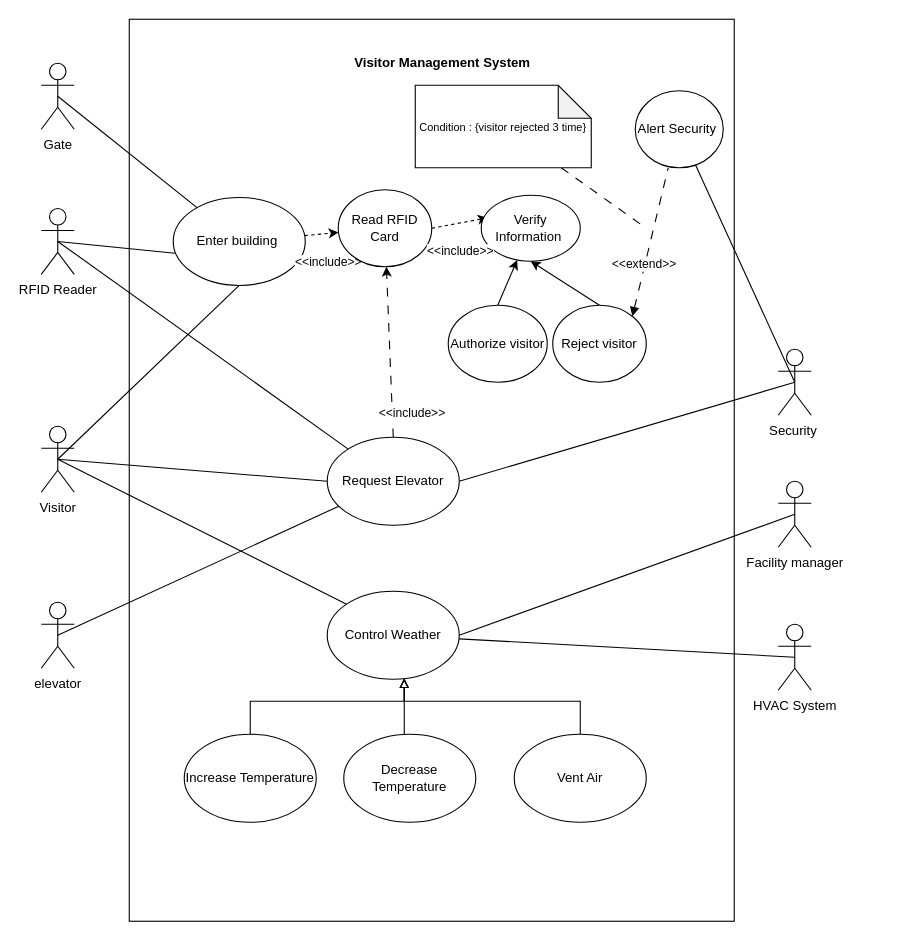
Munirah97/SWE555-PROJECT keeps this draw.io diagram as use_case_diagram.drawio.xml. Above is the earlier version. Source tidied: cells renumbered, new cells numbered last; positions are measured from the earlier drawing's top-left corner, leaving out a move shared by most shapes. Both pictures are drawn from the tidied source at 110%, with x=0, y=0 at pixel (41, 19).
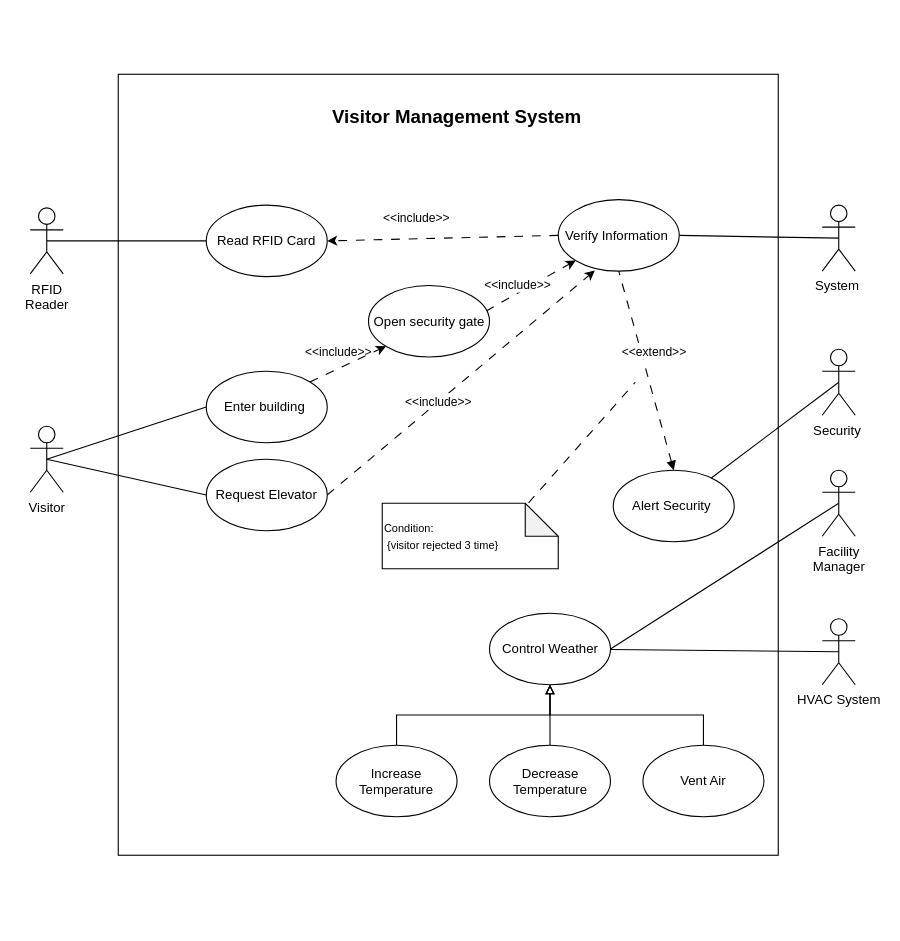
Above is the later version.

The edit, as a diff of the source:
```diff
@@
     <mxCell id="2" style="rounded=0;whiteSpace=wrap;html=1;" parent="1" vertex="1">
-      <mxGeometry x="80" width="550" height="820" as="geometry" />
+      <mxGeometry x="70" y="50" width="600" height="710" as="geometry" />
     </mxCell>
-    <mxCell id="3" style="rounded=0;jettySize=auto;html=1;exitX=0.5;exitY=0.5;exitDx=0;exitDy=0;exitPerimeter=0;endArrow=none;endFill=0;entryX=0.5;entryY=1;entryDx=0;entryDy=0;" parent="1" edge="1" source="6" target="22">
+    <mxCell id="3" style="rounded=0;jettySize=auto;html=1;exitX=0.5;exitY=0.5;exitDx=0;exitDy=0;exitPerimeter=0;endArrow=none;endFill=0;entryX=0;entryY=0.5;entryDx=0;entryDy=0;" parent="1" edge="1" source="6" target="22">
       <mxGeometry relative="1" as="geometry" />
     </mxCell>
@@
-    <mxCell id="5" style="rounded=0;jettySize=auto;html=1;entryX=0;entryY=0;entryDx=0;entryDy=0;exitX=0.5;exitY=0.5;exitDx=0;exitDy=0;exitPerimeter=0;endArrow=none;endFill=0;" parent="1" edge="1" source="6" target="26">
-      <mxGeometry relative="1" as="geometry" />
-    </mxCell>
     <mxCell id="6" value="Visitor" style="shape=umlActor;verticalLabelPosition=bottom;verticalAlign=top;html=1;outlineConnect=0;" parent="1" vertex="1">
-      <mxGeometry y="370" width="30" height="60" as="geometry" />
+      <mxGeometry x="-10" y="370" width="30" height="60" as="geometry" />
     </mxCell>
-    <mxCell id="7" style="rounded=0;jettySize=auto;html=1;exitX=0.5;exitY=0.5;exitDx=0;exitDy=0;exitPerimeter=0;endArrow=none;endFill=0;entryX=0.052;entryY=0.64;entryDx=0;entryDy=0;entryPerimeter=0;" parent="1" edge="1" source="9" target="22">
-      <mxGeometry relative="1" as="geometry" />
-    </mxCell>
-    <mxCell id="8" style="rounded=0;jettySize=auto;html=1;exitX=0.5;exitY=0.5;exitDx=0;exitDy=0;exitPerimeter=0;endArrow=none;endFill=0;" parent="1" edge="1" source="9" target="25">
-      <mxGeometry relative="1" as="geometry" />
-    </mxCell>
+    <mxCell id="48" style="rounded=0;jettySize=auto;html=1;exitX=0.5;exitY=0.5;exitDx=0;exitDy=0;exitPerimeter=0;endArrow=none;endFill=0;entryX=0;entryY=0.5;entryDx=0;entryDy=0;" parent="1" edge="1" source="9" target="28">
+      <mxGeometry relative="1" as="geometry" />
+    </mxCell>
-    <mxCell id="9" value="RFID Reader" style="shape=umlActor;verticalLabelPosition=bottom;verticalAlign=top;html=1;outlineConnect=0;" parent="1" vertex="1">
-      <mxGeometry y="172" width="30" height="60" as="geometry" />
+    <mxCell id="9" value="RFID &lt;br&gt;Reader" style="shape=umlActor;verticalLabelPosition=bottom;verticalAlign=top;html=1;outlineConnect=0;" parent="1" vertex="1">
+      <mxGeometry x="-10" y="171.5" width="30" height="60" as="geometry" />
     </mxCell>
-    <mxCell id="10" style="rounded=0;jettySize=auto;html=1;exitX=0.5;exitY=0.5;exitDx=0;exitDy=0;exitPerimeter=0;endArrow=none;endFill=0;" parent="1" edge="1" source="11" target="22">
-      <mxGeometry relative="1" as="geometry" />
-    </mxCell>
-    <mxCell id="11" value="Gate" style="shape=umlActor;verticalLabelPosition=bottom;verticalAlign=top;html=1;outlineConnect=0;" parent="1" vertex="1">
-      <mxGeometry y="40" width="30" height="60" as="geometry" />
-    </mxCell>
-    <mxCell id="12" style="rounded=0;jettySize=auto;html=1;endArrow=none;endFill=0;exitX=0.5;exitY=0.5;exitDx=0;exitDy=0;exitPerimeter=0;" parent="1" edge="1" source="13" target="25">
-      <mxGeometry relative="1" as="geometry" />
-    </mxCell>
-    <mxCell id="13" value="elevator" style="shape=umlActor;verticalLabelPosition=bottom;verticalAlign=top;html=1;outlineConnect=0;" parent="1" vertex="1">
-      <mxGeometry y="530" width="30" height="60" as="geometry" />
-    </mxCell>
@@
-    <mxCell id="15" style="rounded=0;jettySize=auto;html=1;exitX=0.5;exitY=0.5;exitDx=0;exitDy=0;exitPerimeter=0;entryX=1;entryY=0.5;entryDx=0;entryDy=0;endArrow=none;endFill=0;" parent="1" edge="1" source="16" target="25">
-      <mxGeometry relative="1" as="geometry" />
-    </mxCell>
     <mxCell id="16" value="Security&amp;nbsp;" style="shape=umlActor;verticalLabelPosition=bottom;verticalAlign=top;html=1;outlineConnect=0;" parent="1" vertex="1">
-      <mxGeometry x="670" y="300" width="30" height="60" as="geometry" />
+      <mxGeometry x="710" y="300" width="30" height="60" as="geometry" />
     </mxCell>
@@
-    <mxCell id="18" value="Facility manager" style="shape=umlActor;verticalLabelPosition=bottom;verticalAlign=top;html=1;outlineConnect=0;" parent="1" vertex="1">
-      <mxGeometry x="670" y="420" width="30" height="60" as="geometry" />
+    <mxCell id="18" value="Facility &lt;br&gt;Manager" style="shape=umlActor;verticalLabelPosition=bottom;verticalAlign=top;html=1;outlineConnect=0;" parent="1" vertex="1">
+      <mxGeometry x="710" y="410" width="30" height="60" as="geometry" />
     </mxCell>
@@
     <mxCell id="20" value="HVAC System" style="shape=umlActor;verticalLabelPosition=bottom;verticalAlign=top;html=1;outlineConnect=0;" parent="1" vertex="1">
-      <mxGeometry x="670" y="550" width="30" height="60" as="geometry" />
+      <mxGeometry x="710" y="545" width="30" height="60" as="geometry" />
     </mxCell>
-    <mxCell id="21" style="rounded=0;jettySize=auto;html=1;dashed=1;" parent="1" edge="1" source="22" target="28">
+    <mxCell id="21" style="rounded=0;jettySize=auto;html=1;dashed=1;entryX=0;entryY=1;entryDx=0;entryDy=0;dashPattern=8 8;exitX=0.972;exitY=0.357;exitDx=0;exitDy=0;exitPerimeter=0;" parent="1" edge="1" source="52" target="29">
       <mxGeometry relative="1" as="geometry" />
     </mxCell>
     <mxCell id="22" value="Enter building&amp;nbsp;" style="ellipse;whiteSpace=wrap;html=1;" parent="1" vertex="1">
-      <mxGeometry x="120" y="162" width="120" height="80" as="geometry" />
+      <mxGeometry x="150" y="320" width="110" height="65" as="geometry" />
     </mxCell>
-    <mxCell id="23" style="rounded=0;jettySize=auto;html=1;exitX=0.5;exitY=0;exitDx=0;exitDy=0;dashed=1;dashPattern=8 8;" parent="1" edge="1" source="25" target="28">
+    <mxCell id="23" style="rounded=0;jettySize=auto;html=1;exitX=1;exitY=0.5;exitDx=0;exitDy=0;dashed=1;dashPattern=8 8;entryX=0.302;entryY=0.991;entryDx=0;entryDy=0;entryPerimeter=0;" parent="1" edge="1" source="25" target="29">
       <mxGeometry relative="1" as="geometry" />
     </mxCell>
     <mxCell id="24" value="&amp;lt;&amp;lt;include&amp;gt;&amp;gt;" style="edgeLabel;html=1;align=center;verticalAlign=middle;" parent="23" vertex="1">
       <mxGeometry x="-0.46" y="2" relative="1" as="geometry">
-        <mxPoint x="-56" y="-118" as="offset" />
+        <mxPoint x="36" y="-28" as="offset" />
       </mxGeometry>
     </mxCell>
     <mxCell id="25" value="Request Elevator" style="ellipse;whiteSpace=wrap;html=1;" parent="1" vertex="1">
-      <mxGeometry x="260" y="380" width="120" height="80" as="geometry" />
+      <mxGeometry x="150" y="400" width="110" height="65" as="geometry" />
     </mxCell>
     <mxCell id="26" value="Control Weather" style="ellipse;whiteSpace=wrap;html=1;" parent="1" vertex="1">
-      <mxGeometry x="260" y="520" width="120" height="80" as="geometry" />
+      <mxGeometry x="407.5" y="540" width="110" height="65" as="geometry" />
     </mxCell>
-    <mxCell id="27" style="rounded=0;jettySize=auto;html=1;exitX=1;exitY=0.5;exitDx=0;exitDy=0;entryX=0.065;entryY=0.342;entryDx=0;entryDy=0;entryPerimeter=0;dashed=1;" parent="1" edge="1" source="28" target="29">
+    <mxCell id="27" style="rounded=0;jettySize=auto;html=1;exitX=0;exitY=0.5;exitDx=0;exitDy=0;entryX=1;entryY=0.5;entryDx=0;entryDy=0;dashed=1;dashPattern=8 8;" parent="1" edge="1" source="29" target="28">
       <mxGeometry relative="1" as="geometry" />
     </mxCell>
     <mxCell id="28" value="Read RFID Card" style="ellipse;whiteSpace=wrap;html=1;" parent="1" vertex="1">
-      <mxGeometry x="270" y="155" width="85" height="70" as="geometry" />
+      <mxGeometry x="150" y="169" width="110" height="65" as="geometry" />
     </mxCell>
+    <mxCell id="49" style="rounded=0;jettySize=auto;html=1;exitX=1;exitY=0.5;exitDx=0;exitDy=0;entryX=0.5;entryY=0.5;entryDx=0;entryDy=0;entryPerimeter=0;endArrow=none;endFill=0;" parent="1" edge="1" source="29" target="50">
+      <mxGeometry relative="1" as="geometry" />
+    </mxCell>
     <mxCell id="29" value="Verify Information&amp;nbsp;" style="ellipse;whiteSpace=wrap;html=1;" parent="1" vertex="1">
-      <mxGeometry x="400" y="160" width="90" height="60" as="geometry" />
+      <mxGeometry x="470" y="164" width="110" height="65" as="geometry" />
     </mxCell>
-    <mxCell id="30" style="rounded=0;jettySize=auto;html=1;exitX=0.5;exitY=0;exitDx=0;exitDy=0;" parent="1" edge="1" source="31" target="29">
-      <mxGeometry relative="1" as="geometry" />
-    </mxCell>
-    <mxCell id="31" value="Authorize visitor" style="ellipse;whiteSpace=wrap;html=1;" parent="1" vertex="1">
-      <mxGeometry x="370" y="260" width="90" height="70" as="geometry" />
-    </mxCell>
-    <mxCell id="32" style="rounded=0;jettySize=auto;html=1;entryX=0.5;entryY=1;entryDx=0;entryDy=0;exitX=0.5;exitY=0;exitDx=0;exitDy=0;" parent="1" edge="1" source="35" target="29">
-      <mxGeometry relative="1" as="geometry" />
-    </mxCell>
-    <mxCell id="33" style="rounded=0;jettySize=auto;html=1;exitX=1;exitY=0;exitDx=0;exitDy=0;entryX=0.375;entryY=1;entryDx=0;entryDy=0;entryPerimeter=0;endArrow=none;endFill=0;startArrow=block;startFill=1;dashed=1;dashPattern=8 8;" parent="1" edge="1" source="35" target="36">
+    <mxCell id="33" style="rounded=0;jettySize=auto;html=1;exitX=0.5;exitY=0;exitDx=0;exitDy=0;entryX=0.5;entryY=1;entryDx=0;entryDy=0;endArrow=none;endFill=0;startArrow=block;startFill=1;dashed=1;dashPattern=8 8;" parent="1" edge="1" source="36" target="29">
       <mxGeometry relative="1" as="geometry" />
     </mxCell>
     <mxCell id="34" value="&amp;lt;&amp;lt;extend&amp;gt;&amp;gt;" style="edgeLabel;html=1;align=center;verticalAlign=middle;" parent="33" vertex="1">
-      <mxGeometry x="-0.29" y="1" relative="1" as="geometry" />
+      <mxGeometry x="-0.29" y="1" relative="1" as="geometry">
+        <mxPoint y="-43" as="offset" />
+      </mxGeometry>
     </mxCell>
-    <mxCell id="35" value="Reject visitor" style="ellipse;whiteSpace=wrap;html=1;" parent="1" vertex="1">
-      <mxGeometry x="465" y="260" width="85" height="70" as="geometry" />
-    </mxCell>
     <mxCell id="36" value="Alert Security&amp;nbsp;" style="ellipse;whiteSpace=wrap;html=1;" parent="1" vertex="1">
-      <mxGeometry x="540" y="65" width="80" height="70" as="geometry" />
+      <mxGeometry x="520" y="410" width="110" height="65" as="geometry" />
     </mxCell>
-    <mxCell id="37" style="rounded=0;jettySize=auto;html=1;dashed=1;endArrow=none;endFill=0;dashPattern=8 8;" parent="1" edge="1" source="38">
+    <mxCell id="37" style="rounded=0;jettySize=auto;html=1;dashed=1;endArrow=none;endFill=0;dashPattern=8 8;exitX=0.5;exitY=1;exitDx=0;exitDy=0;exitPerimeter=0;" parent="1" edge="1" source="38">
       <mxGeometry relative="1" as="geometry">
-        <mxPoint x="550" y="190" as="targetPoint" />
+        <mxPoint x="540" y="330" as="targetPoint" />
       </mxGeometry>
     </mxCell>
-    <mxCell id="38" value="&lt;font style=&quot;font-size: 10px;&quot;&gt;Condition : {visitor rejected 3 time}&lt;/font&gt;" style="shape=note;whiteSpace=wrap;html=1;backgroundOutline=1;darkOpacity=0.05;" parent="1" vertex="1">
-      <mxGeometry x="340" y="60" width="160" height="75" as="geometry" />
+    <mxCell id="38" value="&lt;font style=&quot;font-size: 10px;&quot;&gt;Condition:&lt;br&gt;&amp;nbsp;{visitor rejected 3 time}&lt;/font&gt;" style="shape=note;whiteSpace=wrap;html=1;backgroundOutline=1;darkOpacity=0.05;align=left;" parent="1" vertex="1">
+      <mxGeometry x="310" y="440" width="160" height="59.5" as="geometry" />
     </mxCell>
-    <mxCell id="39" style="rounded=0;jettySize=auto;html=1;edgeStyle=orthogonalEdgeStyle;endArrow=block;endFill=0;" parent="1" edge="1" source="40" target="26">
-      <mxGeometry relative="1" as="geometry">
-        <Array as="points">
-          <mxPoint x="190" y="620" />
-          <mxPoint x="330" y="620" />
-        </Array>
-      </mxGeometry>
+    <mxCell id="39" style="edgeStyle=orthogonalEdgeStyle;rounded=0;jettySize=auto;html=1;exitX=0.5;exitY=0;exitDx=0;exitDy=0;entryX=0.5;entryY=1;entryDx=0;entryDy=0;endArrow=block;endFill=0;" parent="1" edge="1" source="40" target="26">
+      <mxGeometry relative="1" as="geometry" />
     </mxCell>
     <mxCell id="40" value="Increase Temperature" style="ellipse;whiteSpace=wrap;html=1;" parent="1" vertex="1">
-      <mxGeometry x="130" y="650" width="120" height="80" as="geometry" />
+      <mxGeometry x="268" y="660" width="110" height="65" as="geometry" />
     </mxCell>
-    <mxCell id="41" style="edgeStyle=orthogonalEdgeStyle;rounded=0;jettySize=auto;html=1;endArrow=block;endFill=0;" parent="1" edge="1" source="42" target="26">
-      <mxGeometry relative="1" as="geometry">
-        <Array as="points">
-          <mxPoint x="330" y="630" />
-          <mxPoint x="330" y="630" />
-        </Array>
-      </mxGeometry>
+    <mxCell id="41" style="edgeStyle=orthogonalEdgeStyle;rounded=0;jettySize=auto;html=1;endArrow=block;endFill=0;entryX=0.5;entryY=1;entryDx=0;entryDy=0;exitX=0.5;exitY=0;exitDx=0;exitDy=0;" parent="1" edge="1" source="42" target="26">
+      <mxGeometry relative="1" as="geometry" />
     </mxCell>
     <mxCell id="42" value="Decrease Temperature" style="ellipse;whiteSpace=wrap;html=1;" parent="1" vertex="1">
-      <mxGeometry x="275" y="650" width="120" height="80" as="geometry" />
+      <mxGeometry x="407.5" y="660" width="110" height="65" as="geometry" />
     </mxCell>
-    <mxCell id="43" style="rounded=0;jettySize=auto;html=1;entryX=0.481;entryY=1.079;entryDx=0;entryDy=0;entryPerimeter=0;edgeStyle=orthogonalEdgeStyle;exitX=0.5;exitY=0;exitDx=0;exitDy=0;endArrow=block;endFill=0;" parent="1" edge="1" source="44">
-      <mxGeometry relative="1" as="geometry">
-        <mxPoint x="329.7" y="599.3" as="targetPoint" />
-        <Array as="points">
-          <mxPoint x="490" y="620" />
-          <mxPoint x="330" y="620" />
-          <mxPoint x="330" y="610" />
-          <mxPoint x="330" y="610" />
-        </Array>
-      </mxGeometry>
+    <mxCell id="43" style="rounded=0;jettySize=auto;html=1;edgeStyle=orthogonalEdgeStyle;exitX=0.5;exitY=0;exitDx=0;exitDy=0;endArrow=block;endFill=0;entryX=0.5;entryY=1;entryDx=0;entryDy=0;" parent="1" edge="1" source="44" target="26">
+      <mxGeometry relative="1" as="geometry" />
     </mxCell>
     <mxCell id="44" value="Vent Air" style="ellipse;whiteSpace=wrap;html=1;" parent="1" vertex="1">
-      <mxGeometry x="430" y="650" width="120" height="80" as="geometry" />
+      <mxGeometry x="547" y="660" width="110" height="65" as="geometry" />
     </mxCell>
-    <mxCell id="45" value="&lt;b&gt;Visitor Management System&lt;/b&gt;" style="text;html=1;strokeColor=none;fillColor=none;align=center;verticalAlign=middle;whiteSpace=wrap;rounded=0;" parent="1" vertex="1">
-      <mxGeometry x="265" y="30" width="200" height="20" as="geometry" />
+    <mxCell id="45" value="&lt;b style=&quot;font-size: 17px;&quot;&gt;Visitor Management System&lt;/b&gt;" style="text;html=1;strokeColor=none;fillColor=none;align=center;verticalAlign=middle;whiteSpace=wrap;rounded=0;strokeWidth=1;fontSize=17;" parent="1" vertex="1">
+      <mxGeometry x="256.2" y="80" width="243.8" height="20" as="geometry" />
     </mxCell>
     <mxCell id="46" value="&amp;lt;&amp;lt;include&amp;gt;&amp;gt;" style="edgeLabel;html=1;align=center;verticalAlign=middle;" parent="1" vertex="1">
-      <mxGeometry x="380" y="210" as="geometry" />
+      <mxGeometry x="340" y="180" as="geometry" />
     </mxCell>
+    <mxCell id="50" value="System&amp;nbsp;" style="shape=umlActor;verticalLabelPosition=bottom;verticalAlign=top;html=1;outlineConnect=0;" parent="1" vertex="1">
+      <mxGeometry x="710" y="169" width="30" height="60" as="geometry" />
+    </mxCell>
+    <mxCell id="51" value="&#10;&lt;span style=&quot;color: rgb(0, 0, 0); font-family: Helvetica; font-size: 11px; font-style: normal; font-variant-ligatures: normal; font-variant-caps: normal; font-weight: 400; letter-spacing: normal; orphans: 2; text-align: center; text-indent: 0px; text-transform: none; widows: 2; word-spacing: 0px; -webkit-text-stroke-width: 0px; text-decoration-thickness: initial; text-decoration-style: initial; text-decoration-color: initial; float: none; display: inline !important;&quot;&gt;&amp;lt;&amp;lt;include&amp;gt;&amp;gt;&lt;/span&gt;&#10;&#10;" style="rounded=0;jettySize=auto;html=1;dashed=1;entryX=0;entryY=1;entryDx=0;entryDy=0;dashPattern=8 8;exitX=1;exitY=0;exitDx=0;exitDy=0;labelBackgroundColor=none;" parent="1" edge="1" source="22" target="52">
+      <mxGeometry x="-0.17" y="7" relative="1" as="geometry" />
+    </mxCell>
+    <mxCell id="52" value="Open security gate" style="ellipse;whiteSpace=wrap;html=1;" parent="1" vertex="1">
+      <mxGeometry x="297.5" y="242" width="110" height="65" as="geometry" />
+    </mxCell>
     <mxCell id="47" value="&amp;lt;&amp;lt;include&amp;gt;&amp;gt;" style="edgeLabel;html=1;align=center;verticalAlign=middle;" parent="1" vertex="1">
-      <mxGeometry x="336.3" y="357.8" as="geometry" />
+      <mxGeometry x="430" y="242" as="geometry">
+        <mxPoint x="2" y="-1" as="offset" />
+      </mxGeometry>
     </mxCell>
```
